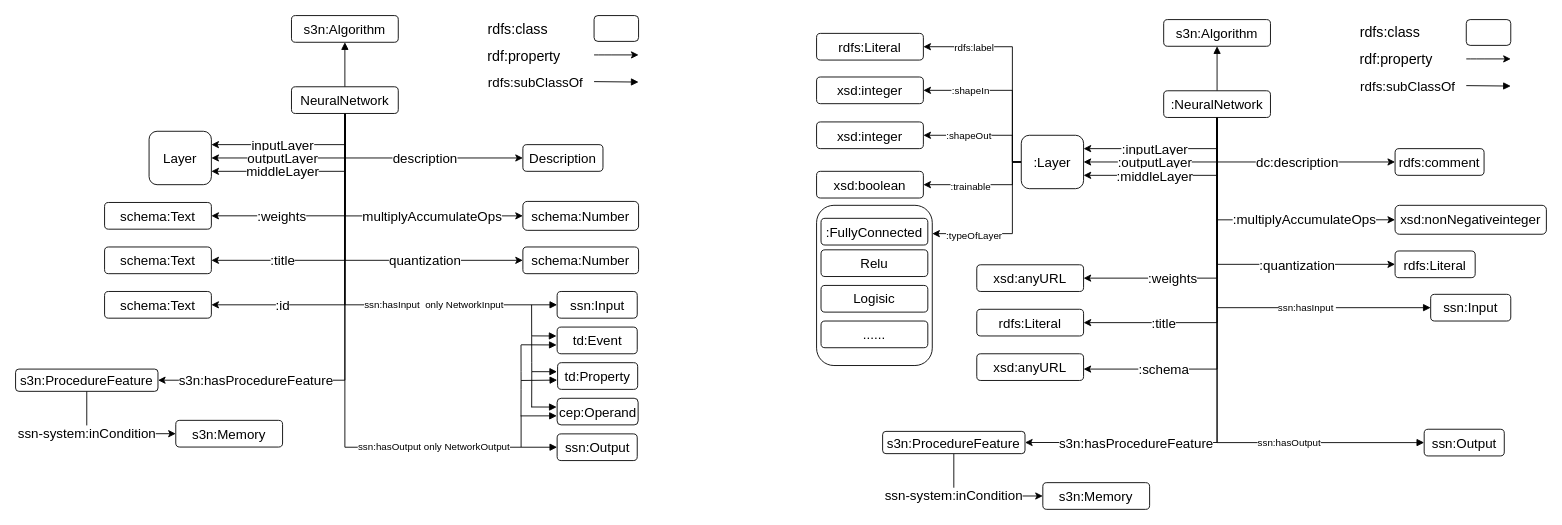
Above: Untitled Diagram 1.drawio in Haoyu-R/appendix (draw.io), before the change. Source tidied: cells renumbered, new cells numbered last; positions are measured from the earlier drawing's top-left corner, leaving out a move shared by most shapes. Both pictures are drawn from the tidied source at 89%, with x=0, y=0 at pixel (15, 15).
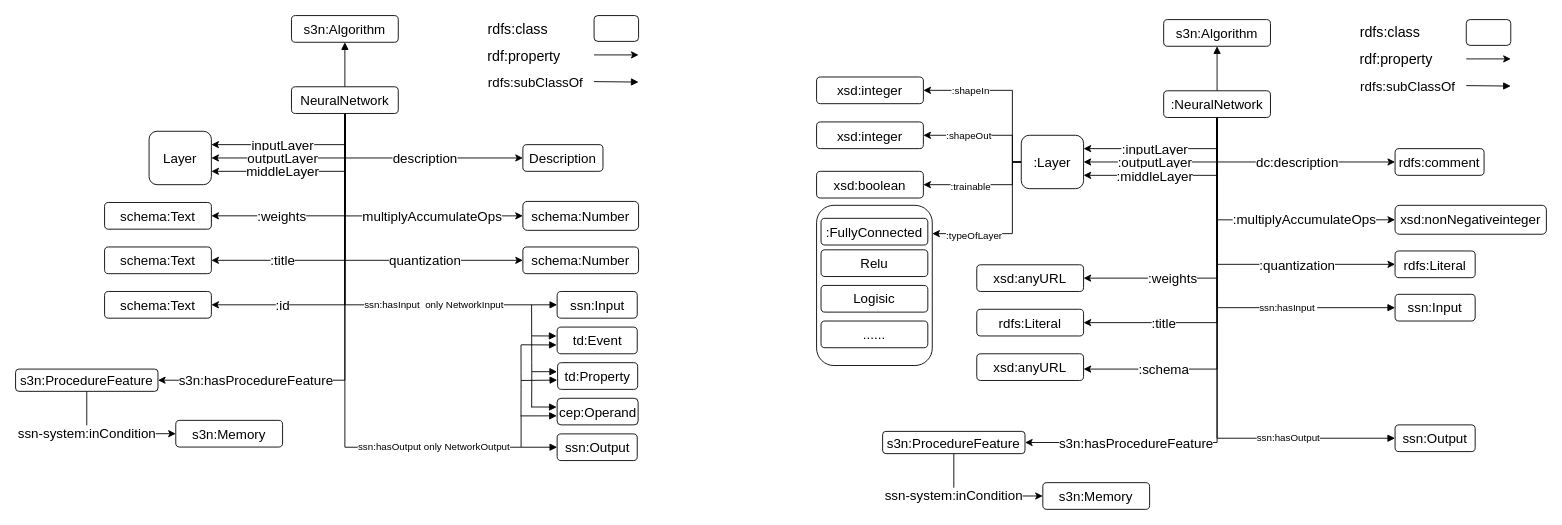
Above is the later version.

The change refers to these unchanged cells:
```xml
<mxCell id="64" value=":NeuralNetwork" style="rounded=1;whiteSpace=wrap;html=1;fontSize=15;" parent="1" vertex="1">
  <mxGeometry x="1290" y="84.5" width="120" height="30" as="geometry" />
</mxCell>
<mxCell id="76" value=":Layer" style="rounded=1;whiteSpace=wrap;html=1;fontSize=15;" parent="1" vertex="1">
  <mxGeometry x="1130" y="134.5" width="70" height="60" as="geometry" />
</mxCell>
```

Diff of the diagram source:
```diff
@@
     <mxCell id="62" value="ssn:hasInput&amp;nbsp; " style="edgeStyle=orthogonalEdgeStyle;rounded=0;jettySize=auto;html=1;exitX=0.5;exitY=1;exitDx=0;exitDy=0;entryX=0;entryY=0.5;entryDx=0;entryDy=0;endArrow=block;endFill=1;" parent="1" edge="1" source="64" target="93">
-      <mxGeometry x="0.39" relative="1" as="geometry" />
+      <mxGeometry x="0.42" relative="1" as="geometry" />
     </mxCell>
     <mxCell id="63" value="ssn:hasOutput " style="edgeStyle=orthogonalEdgeStyle;rounded=0;jettySize=auto;html=1;exitX=0.5;exitY=1;exitDx=0;exitDy=0;entryX=0;entryY=0.5;entryDx=0;entryDy=0;endArrow=block;endFill=1;" parent="1" edge="1" source="64" target="94">
-      <mxGeometry x="0.49" relative="1" as="geometry" />
+      <mxGeometry x="0.57" relative="1" as="geometry" />
     </mxCell>
@@
-    <mxCell id="74" style="edgeStyle=orthogonalEdgeStyle;rounded=0;jettySize=auto;html=1;exitX=0;exitY=0.5;exitDx=0;exitDy=0;entryX=1;entryY=0.5;entryDx=0;entryDy=0;" parent="1" edge="1" source="76" target="103">
-      <mxGeometry relative="1" as="geometry">
-        <Array as="points">
-          <mxPoint x="1120" y="164" />
-          <mxPoint x="1120" y="35" />
-        </Array>
-      </mxGeometry>
-    </mxCell>
-    <mxCell id="75" value="rdfs:label" style="edgeLabel;html=1;align=center;verticalAlign=middle;" parent="74" vertex="1">
-      <mxGeometry x="0.53" relative="1" as="geometry" />
-    </mxCell>
@@
     <mxCell id="93" value="ssn:Input" style="rounded=1;whiteSpace=wrap;html=1;fontSize=15;" parent="1" vertex="1">
-      <mxGeometry x="1590" y="313.2" width="90" height="30" as="geometry" />
+      <mxGeometry x="1550" y="313.2" width="90" height="30" as="geometry" />
     </mxCell>
     <mxCell id="94" value="ssn:Output" style="rounded=1;whiteSpace=wrap;html=1;fontSize=15;" parent="1" vertex="1">
-      <mxGeometry x="1582.7" y="464.8" width="90" height="30" as="geometry" />
+      <mxGeometry x="1550" y="459.9" width="90" height="30" as="geometry" />
     </mxCell>
@@
-    <mxCell id="103" value="rdfs:Literal" style="rounded=1;whiteSpace=wrap;html=1;fontSize=15;" parent="1" vertex="1">
-      <mxGeometry x="900" y="20" width="120" height="30" as="geometry" />
-    </mxCell>
```
